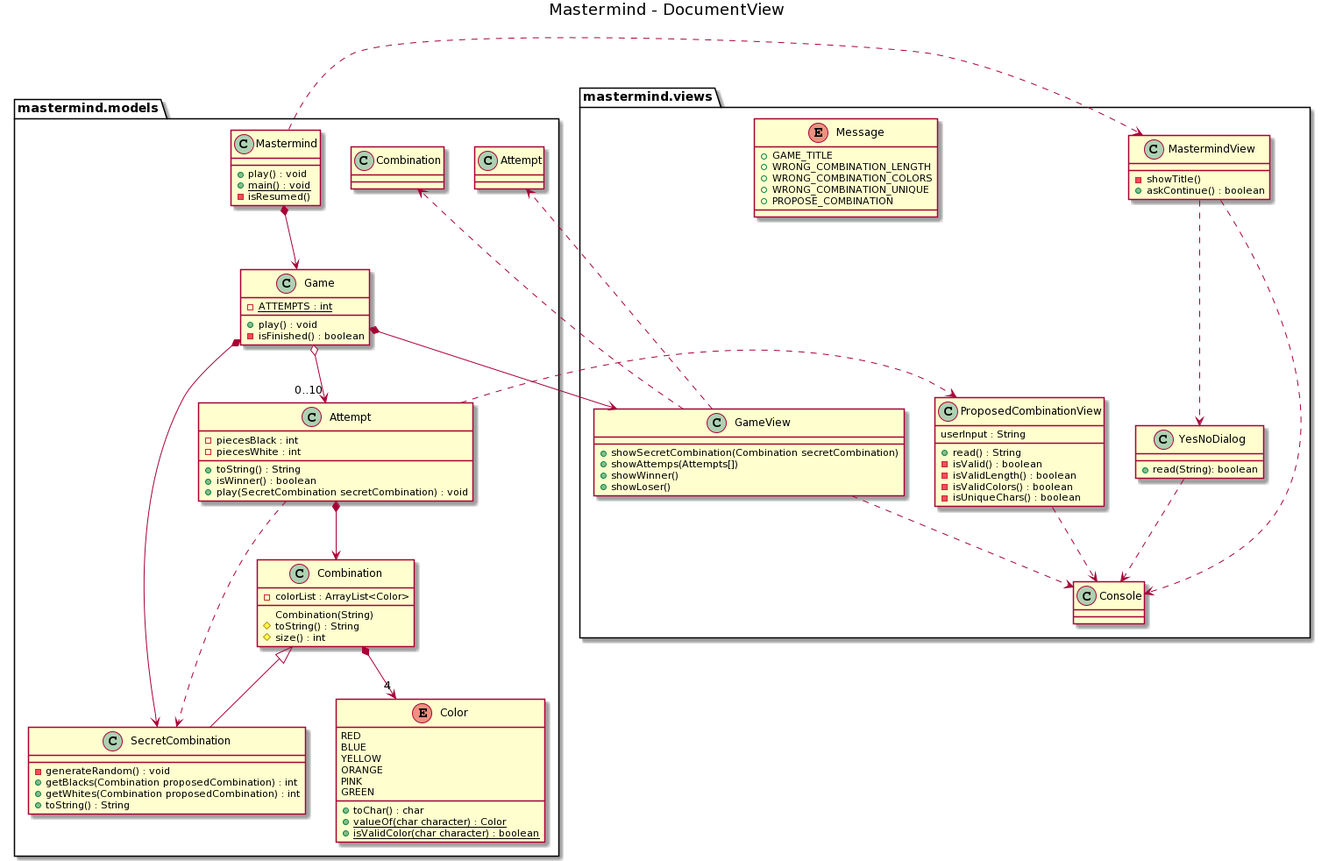
raul-00/escuelait-mastermind-document-view keeps this PlantUML diagram as mastermind-document-view.png. Above is the earlier version. Source of this version:
```plantuml
@startuml
title Mastermind - DocumentView

package mastermind.models{

    Mastermind *--> Game
    Mastermind ..> mastermind.views.MastermindView

    Attempt *--> Combination
    Attempt ..> SecretCombination
    Attempt ..> mastermind.views.ProposedCombinationView

    Game o-->"0..10" Attempt
    Game *--> SecretCombination
    Game *--> mastermind.views.GameView

    Combination *-->"4" Color
    Combination <|--  SecretCombination

    class Mastermind {
        + play() : void
        + {static} main() : void
        - isResumed()
    }

    class Game{
        - {static} ATTEMPTS : int
        + play() : void
        - isFinished() : boolean
    }

    class Attempt{
        - piecesBlack : int
        - piecesWhite : int
        +toString() : String
        +isWinner() : boolean
        + play(SecretCombination secretCombination) : void
    }

    class SecretCombination{
        - generateRandom() : void
        + getBlacks(Combination proposedCombination) : int
        + getWhites(Combination proposedCombination) : int
        + toString() : String
    }

    class Combination{
        - colorList : ArrayList<Color>
        Combination(String)
        # toString() : String
        # size() : int
    }

    enum Color{
        RED
        BLUE
        YELLOW
        ORANGE
        PINK
        GREEN
        + toChar() : char
        + {static} valueOf(char character) : Color
        + {static} isValidColor(char character) : boolean
    }
}

package mastermind.views{

    MastermindView ..-> YesNoDialog
    MastermindView ..> Console

    ProposedCombinationView ..> Console

    GameView ..> mastermind.models.Combination
    GameView ..> mastermind.models.Attempt
    GameView ..> Console

    YesNoDialog ..> Console

    enum Message{
        +GAME_TITLE
        +WRONG_COMBINATION_LENGTH
        +WRONG_COMBINATION_COLORS
        +WRONG_COMBINATION_UNIQUE
        +PROPOSE_COMBINATION
    }

    class MastermindView {
        -showTitle()
        +askContinue() : boolean
    }

    class GameView{
        +showSecretCombination(Combination secretCombination)
        +showAttemps(Attempts[])
        +showWinner()
        +showLoser()
    }



    class YesNoDialog{
        +read(String): boolean
    }

    class ProposedCombinationView{
         userInput : String
        + read() : String
        - isValid() : boolean
        - isValidLength() : boolean
        - isValidColors() : boolean
        - isUniqueChars() : boolean
    }
}
@enduml
```
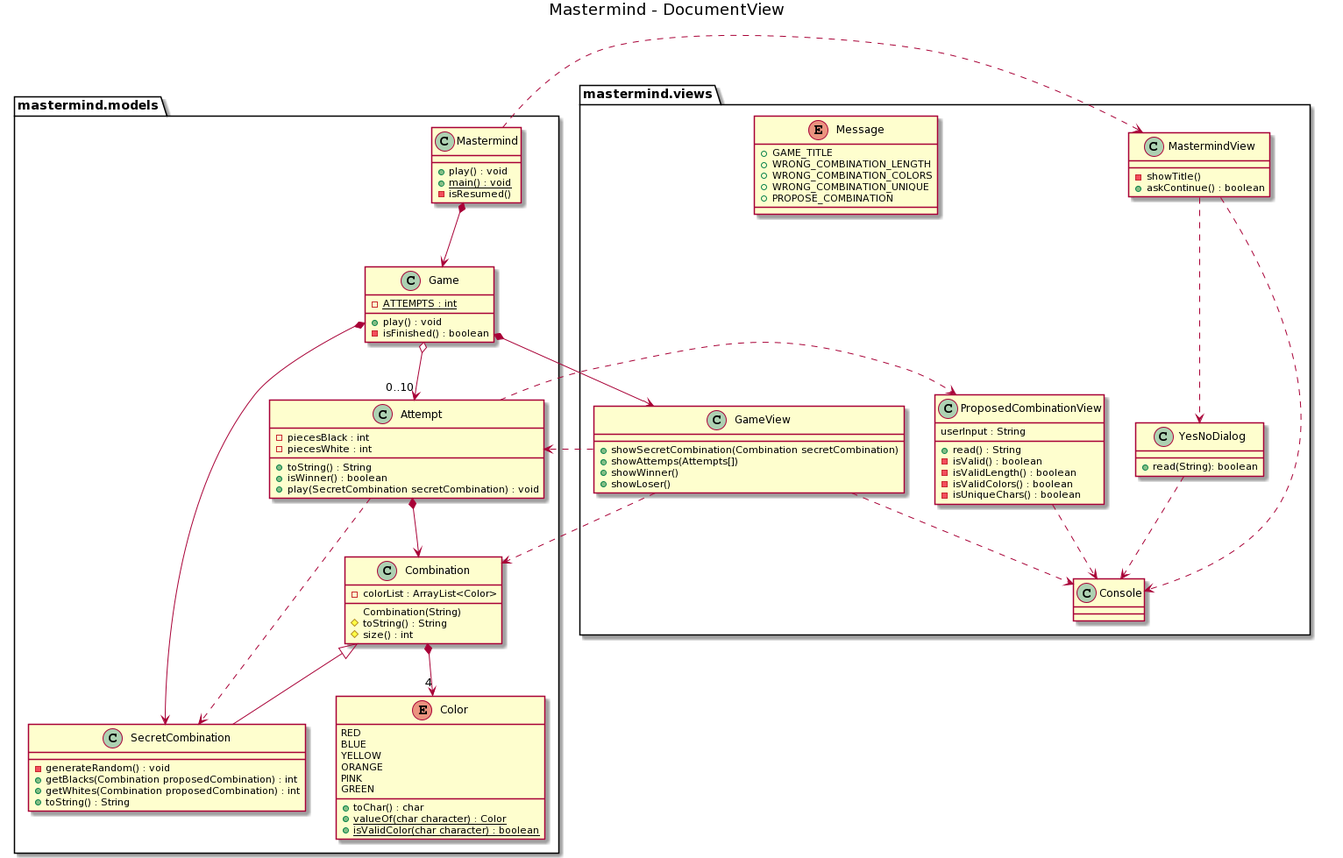
Above is the later version.

Change to the diagram source:
```diff
@@ -1,7 +1,7 @@
 @startuml
 title Mastermind - DocumentView
 
-package mastermind.models{
+namespace mastermind.models{
 
     Mastermind *--> Game
     Mastermind ..> mastermind.views.MastermindView
@@ -64,7 +64,7 @@
     }
 }
 
-package mastermind.views{
+namespace mastermind.views{
 
     MastermindView ..-> YesNoDialog
     MastermindView ..> Console
```
